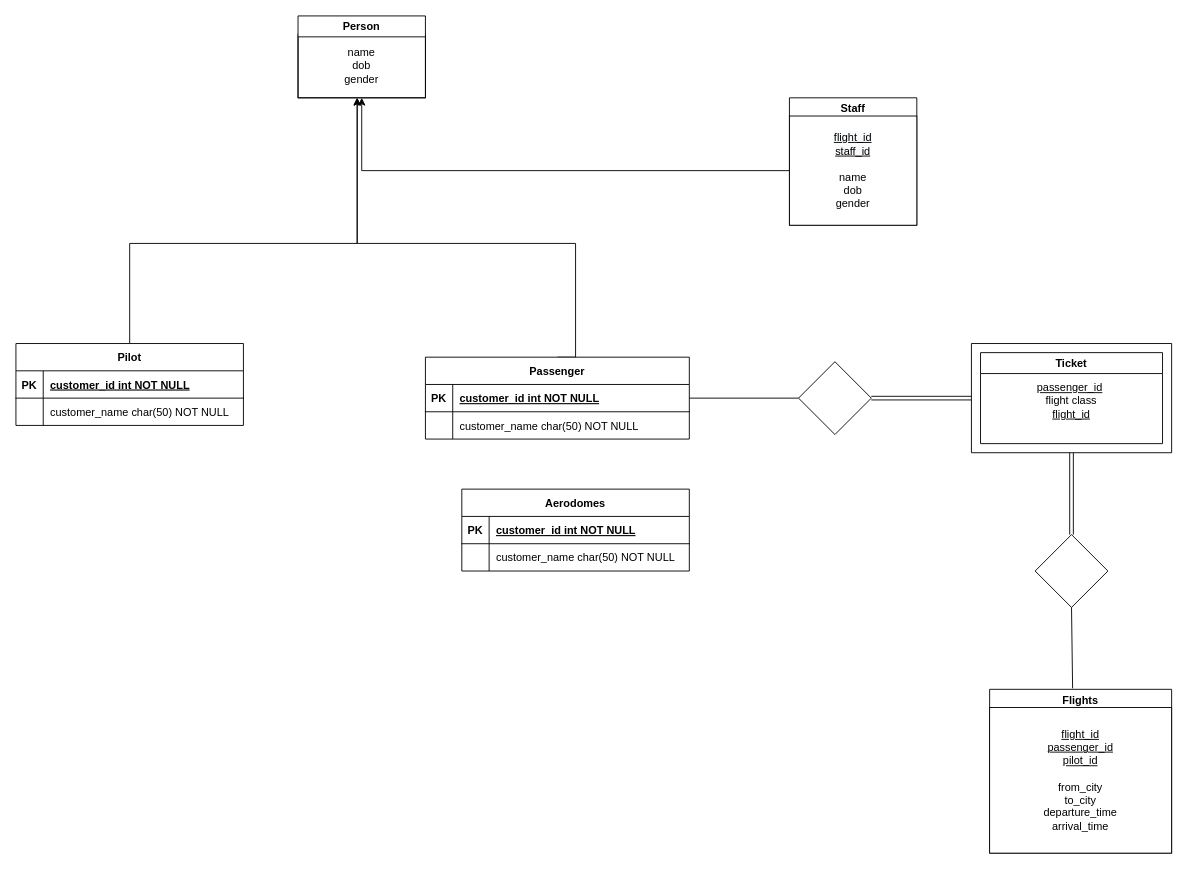
Earlier version of the draw.io diagram Database.drawio (adarsh-kishore786/IT252-Project). Source tidied: cells renumbered, new cells numbered last; positions are measured from the earlier drawing's top-left corner, leaving out a move shared by most shapes. Both pictures are drawn from the tidied source at 91%, with x=0, y=0 at pixel (15, 15).
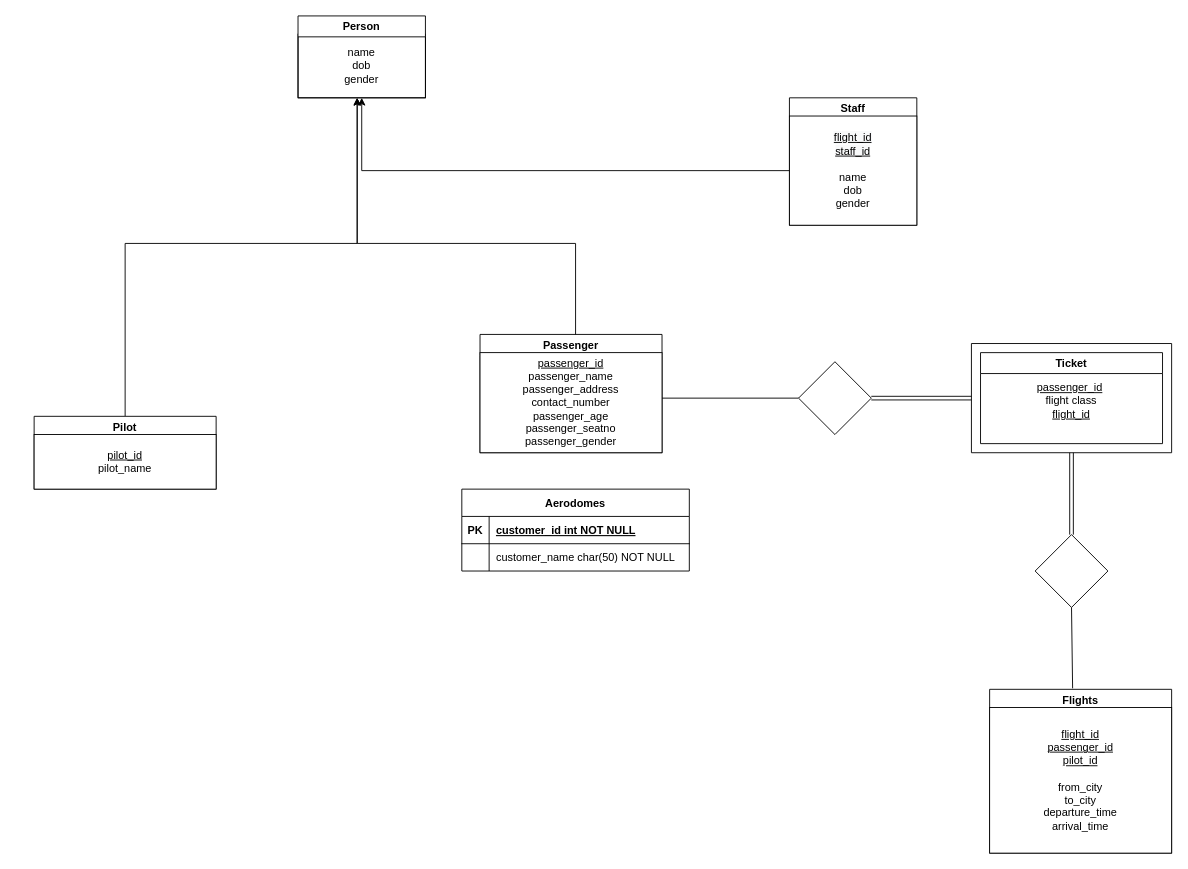
The same diagram, later.

Unchanged cells that the change refers to:
```xml
<mxCell id="29" style="rhombus;whiteSpace=wrap;html=1;" parent="1" vertex="1">
  <mxGeometry x="860" y="380" width="80" height="80" as="geometry" />
</mxCell>
```

What changed in the source:
```diff
@@
     <mxCell id="2" style="edgeStyle=orthogonalEdgeStyle;rounded=0;jettySize=auto;html=1;exitX=0.5;exitY=0;exitDx=0;exitDy=0;entryX=0.5;entryY=1;entryDx=0;entryDy=0;" parent="1" edge="1" source="3">
       <mxGeometry relative="1" as="geometry">
         <mxPoint x="375" y="90" as="targetPoint" />
         <Array as="points">
-          <mxPoint x="125" y="250" />
+          <mxPoint x="120" y="250" />
           <mxPoint x="375" y="250" />
         </Array>
       </mxGeometry>
     </mxCell>
-    <mxCell id="3" value="Pilot" style="shape=table;startSize=30;childLayout=tableLayout;rowLines=0;fontStyle=1;align=center;" parent="1" vertex="1">
-      <mxGeometry y="360" width="250" height="90" as="geometry" />
-    </mxCell>
-    <mxCell id="4" style="shape=partialRectangle;fillColor=none;top=0;left=0;right=0;bottom=1;" parent="3" vertex="1">
-      <mxGeometry y="30" width="250" height="30" as="geometry" />
-    </mxCell>
-    <mxCell id="5" value="PK" style="shape=partialRectangle;overflow=hidden;fillColor=none;top=0;left=0;bottom=0;right=0;fontStyle=1;" parent="4" vertex="1">
-      <mxGeometry width="30" height="30" as="geometry" />
-    </mxCell>
-    <mxCell id="6" value="customer_id int NOT NULL " style="shape=partialRectangle;overflow=hidden;fillColor=none;top=0;left=0;bottom=0;right=0;align=left;spacingLeft=6;fontStyle=5;" parent="4" vertex="1">
-      <mxGeometry x="30" width="220" height="30" as="geometry" />
-    </mxCell>
-    <mxCell id="7" style="shape=partialRectangle;fillColor=none;top=0;left=0;right=0;bottom=0;" parent="3" vertex="1">
-      <mxGeometry y="60" width="250" height="30" as="geometry" />
-    </mxCell>
-    <mxCell id="8" style="shape=partialRectangle;overflow=hidden;fillColor=none;top=0;left=0;bottom=0;right=0;" parent="7" vertex="1">
-      <mxGeometry width="30" height="30" as="geometry" />
-    </mxCell>
-    <mxCell id="9" value="customer_name char(50) NOT NULL" style="shape=partialRectangle;overflow=hidden;fillColor=none;top=0;left=0;bottom=0;right=0;align=left;spacingLeft=6;" parent="7" vertex="1">
-      <mxGeometry x="30" width="220" height="30" as="geometry" />
-    </mxCell>
-    <mxCell id="10" style="edgeStyle=orthogonalEdgeStyle;rounded=0;jettySize=auto;html=1;exitX=0.5;exitY=0;exitDx=0;exitDy=0;entryX=0.5;entryY=1;entryDx=0;entryDy=0;" parent="1" edge="1" source="11">
+    <mxCell id="10" style="edgeStyle=orthogonalEdgeStyle;rounded=0;orthogonalLoop=1;jettySize=auto;html=1;exitX=0.5;exitY=0;exitDx=0;exitDy=0;entryX=0.5;entryY=1;entryDx=0;entryDy=0;" parent="1" edge="1">
       <mxGeometry relative="1" as="geometry">
+        <mxPoint x="595" y="375" as="sourcePoint" />
         <mxPoint x="375" y="90" as="targetPoint" />
         <Array as="points">
           <mxPoint x="615" y="250" />
           <mxPoint x="375" y="250" />
         </Array>
       </mxGeometry>
     </mxCell>
-    <mxCell id="11" value="Passenger" style="shape=table;startSize=30;childLayout=tableLayout;rowLines=0;fontStyle=1;align=center;" parent="1" vertex="1">
-      <mxGeometry x="450" y="375" width="290" height="90" as="geometry" />
-    </mxCell>
-    <mxCell id="12" style="shape=partialRectangle;fillColor=none;points=[[0,0.5],[1,0.5]];portConstraint=eastwest;top=0;left=0;right=0;bottom=1;" parent="11" vertex="1">
-      <mxGeometry y="30" width="290" height="30" as="geometry" />
-    </mxCell>
-    <mxCell id="13" value="PK" style="shape=partialRectangle;overflow=hidden;fillColor=none;top=0;left=0;bottom=0;right=0;fontStyle=1;" parent="12" vertex="1">
-      <mxGeometry width="30" height="30" as="geometry" />
-    </mxCell>
-    <mxCell id="14" value="customer_id int NOT NULL " style="shape=partialRectangle;overflow=hidden;fillColor=none;top=0;left=0;bottom=0;right=0;align=left;spacingLeft=6;fontStyle=5;" parent="12" vertex="1">
-      <mxGeometry x="30" width="260" height="30" as="geometry" />
-    </mxCell>
-    <mxCell id="15" style="shape=partialRectangle;fillColor=none;top=0;left=0;right=0;bottom=0;" parent="11" vertex="1">
-      <mxGeometry y="60" width="290" height="30" as="geometry" />
-    </mxCell>
-    <mxCell id="16" style="shape=partialRectangle;overflow=hidden;fillColor=none;top=0;left=0;bottom=0;right=0;" parent="15" vertex="1">
-      <mxGeometry width="30" height="30" as="geometry" />
-    </mxCell>
-    <mxCell id="17" value="customer_name char(50) NOT NULL" style="shape=partialRectangle;overflow=hidden;fillColor=none;top=0;left=0;bottom=0;right=0;align=left;spacingLeft=6;" parent="15" vertex="1">
-      <mxGeometry x="30" width="260" height="30" as="geometry" />
-    </mxCell>
@@
-    <mxCell id="35" style="endArrow=none;html=1;rounded=0;exitX=0;exitY=0.5;exitDx=0;exitDy=0;entryX=1;entryY=0.5;entryDx=0;entryDy=0;" parent="1" edge="1" source="29" target="12">
-      <mxGeometry relative="1" as="geometry" />
+    <mxCell id="35" style="endArrow=none;html=1;rounded=0;exitX=0;exitY=0.5;exitDx=0;exitDy=0;" parent="1" edge="1" source="29">
+      <mxGeometry relative="1" as="geometry">
+        <mxPoint x="710" y="420" as="targetPoint" />
+      </mxGeometry>
     </mxCell>
@@
+    <mxCell id="41" style="text;html=1;align=center;verticalAlign=middle;strokeColor=none;fillColor=none;" parent="1" vertex="1">
+      <mxGeometry x="240" y="530" width="20" height="20" as="geometry" />
+    </mxCell>
+    <mxCell id="3" value="Pilot" style="swimlane;" parent="1" vertex="1">
+      <mxGeometry x="20" y="440" width="200" height="80" as="geometry" />
+    </mxCell>
+    <mxCell id="42" value="&lt;u&gt;pilot_id&lt;/u&gt;&lt;br&gt;pilot_name" style="whiteSpace=wrap;html=1;" parent="3" vertex="1">
+      <mxGeometry y="20" width="200" height="60" as="geometry" />
+    </mxCell>
+    <mxCell id="11" value="Passenger" style="swimlane;" parent="1" vertex="1">
+      <mxGeometry x="510" y="350" width="200" height="130" as="geometry" />
+    </mxCell>
+    <mxCell id="43" value="&lt;u&gt;passenger_id&lt;/u&gt;&lt;br&gt;passenger_name&lt;br&gt;passenger_address&lt;br&gt;contact_number&lt;br&gt;passenger_age&lt;br&gt;passenger_seatno&lt;br&gt;passenger_gender" style="whiteSpace=wrap;html=1;" parent="11" vertex="1">
+      <mxGeometry y="20" width="200" height="110" as="geometry" />
+    </mxCell>
```
